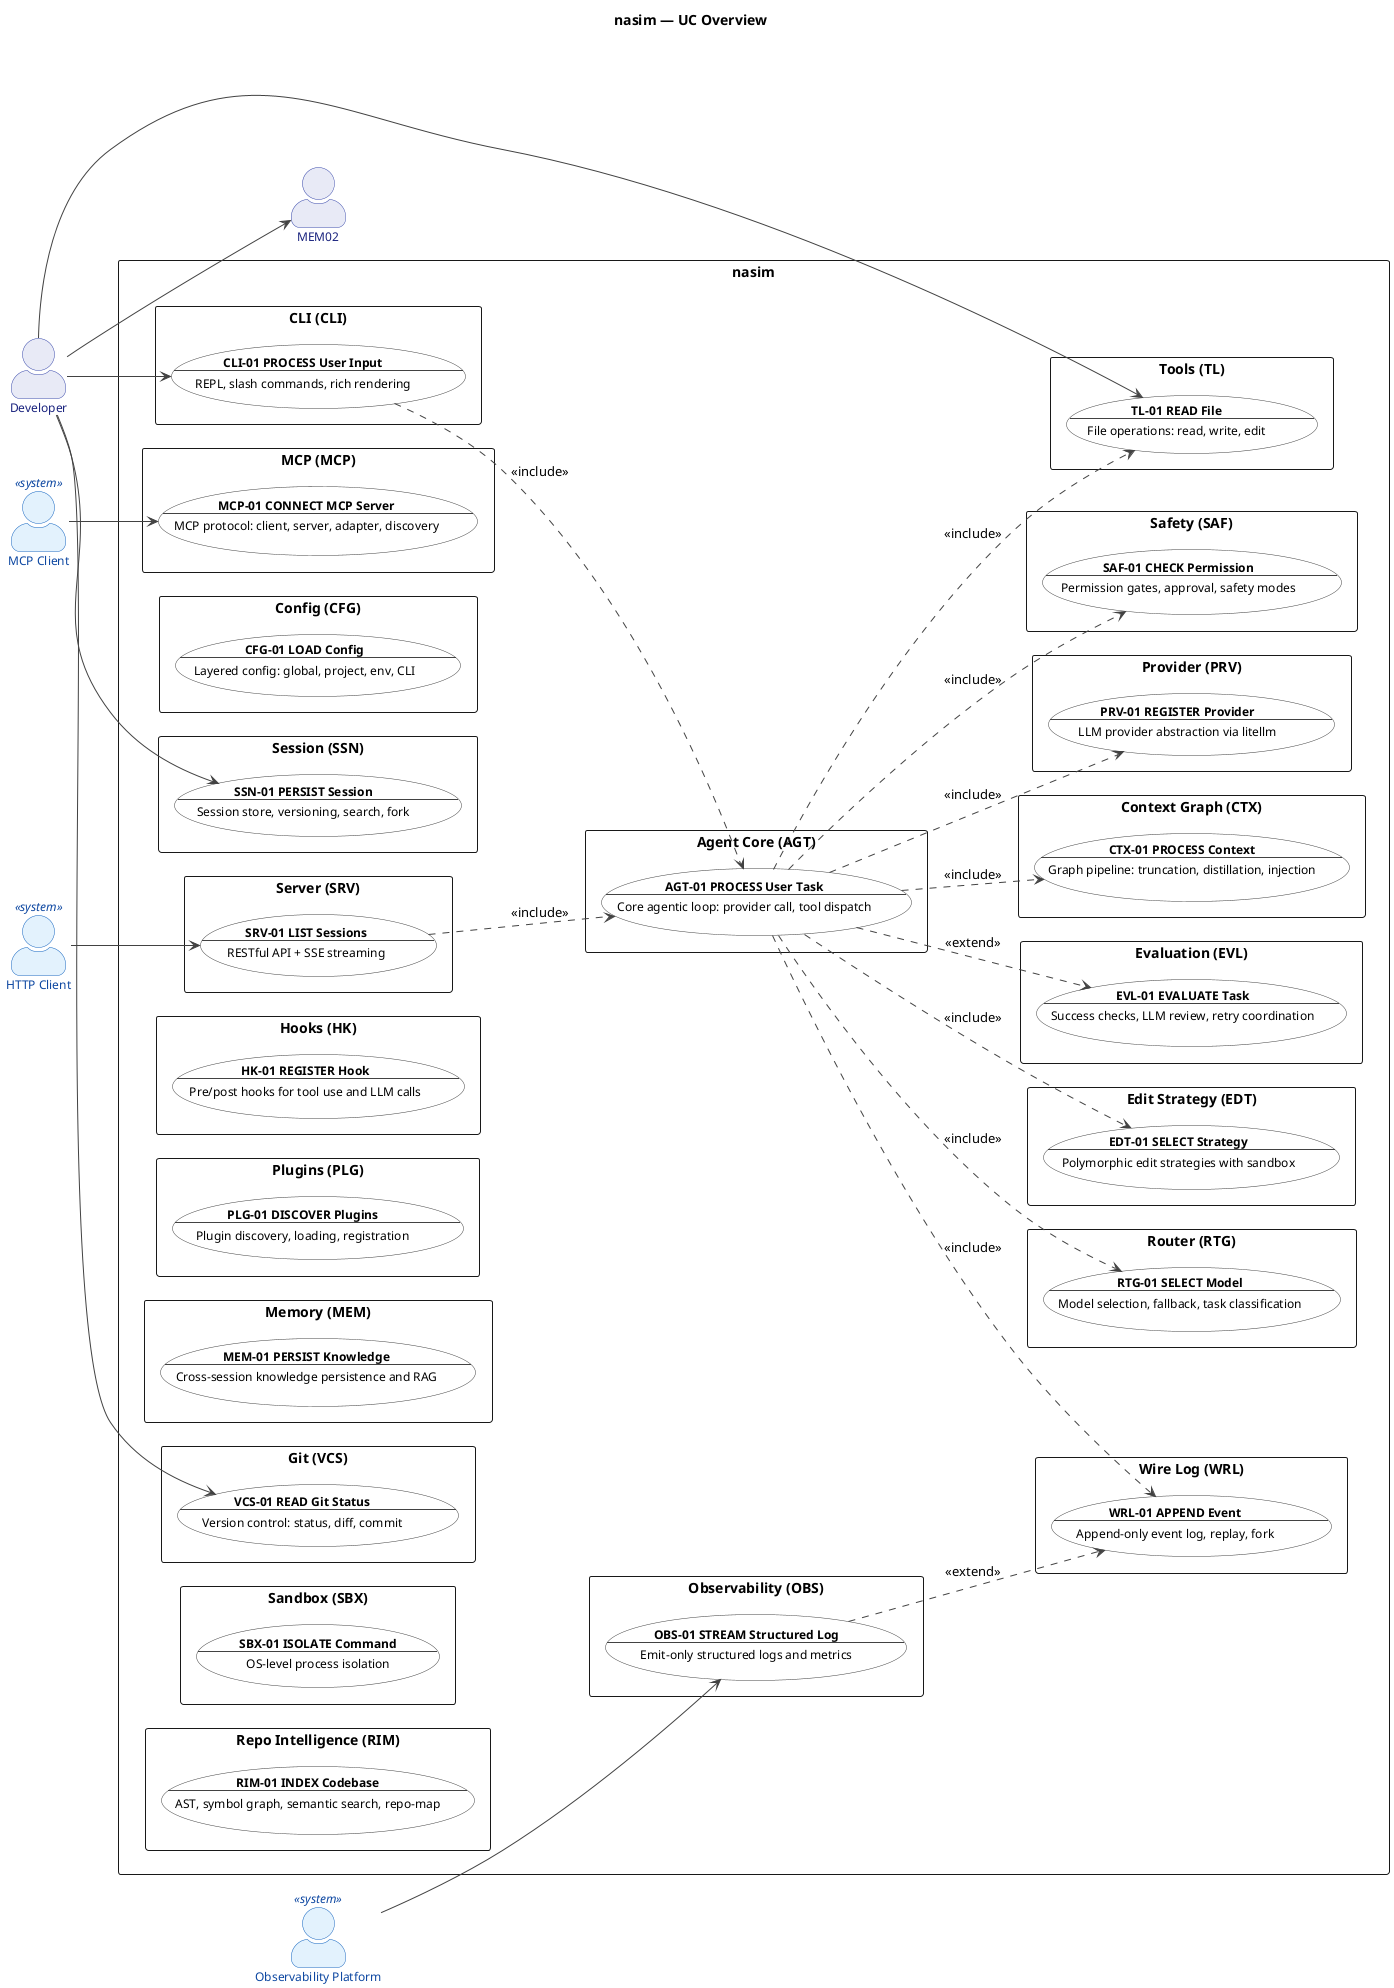
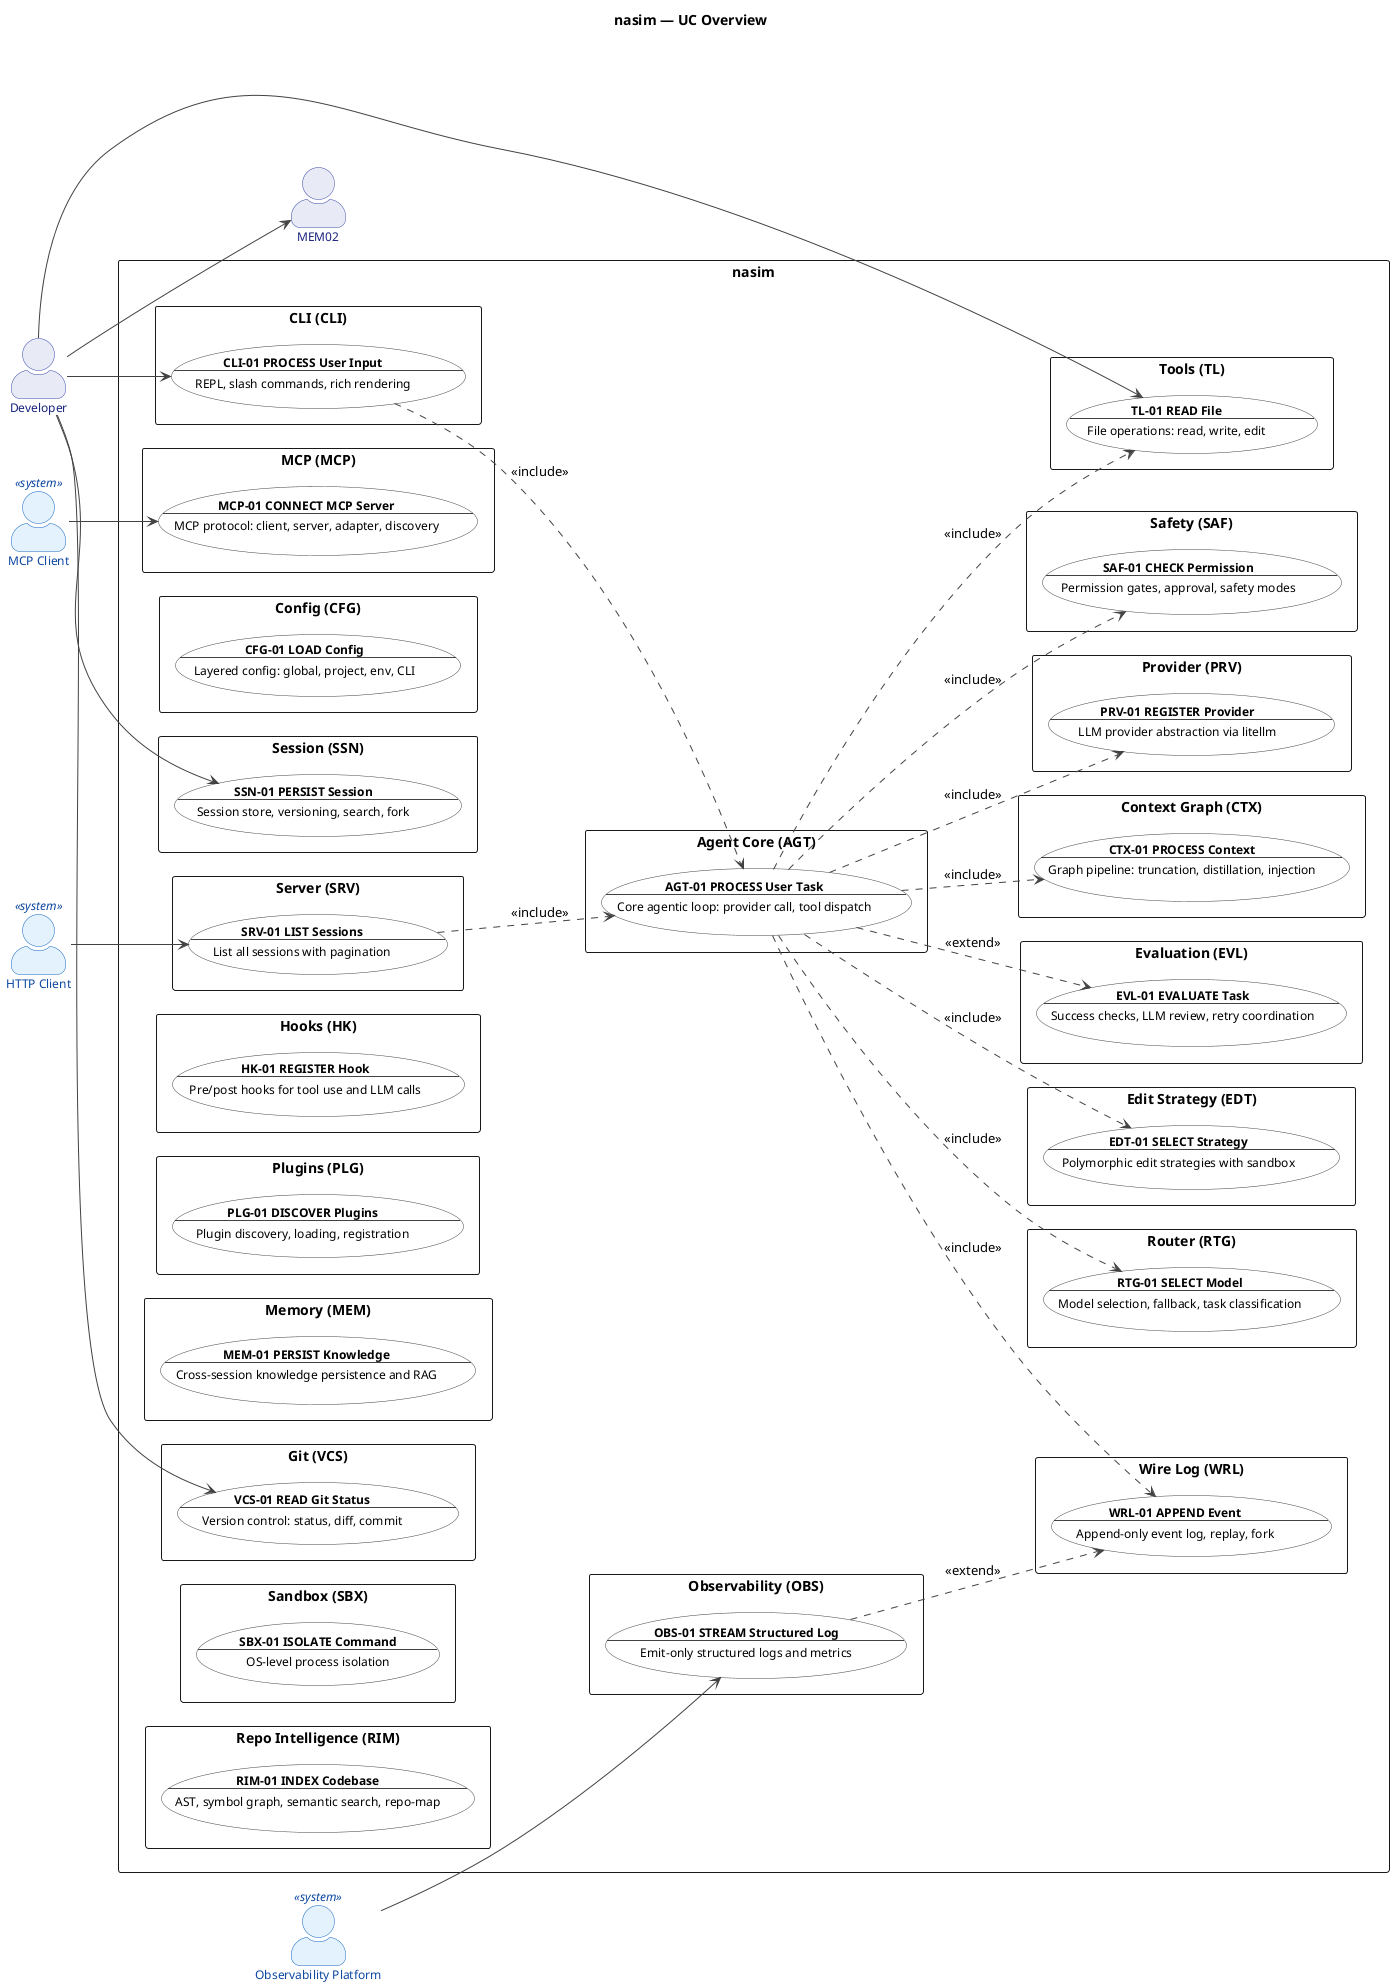
@startuml uc_overview

' ============================================================
' Title:     nasim — UC: Overview
' Group:     ALL (All Groups)
' Boundary:  nasim code agent
' Purpose:   Cross-cutting view of all UC groups and actor interactions
' Milestone: v1.0
' Version:   6.0.0
' Source:    docs/ENTITIES.md
' Review:    docs/audit/audit.2026.06.20.uc-layer.car.md
' ============================================================

left to right direction

title nasim — UC Overview

skinparam actorStyle awesome
skinparam packageStyle rectangle

skinparam usecase {
  BackgroundColor #FFFFFF
  BorderColor #424242
  FontColor #000000
  ArrowColor #424242
  FontSize 12
}

skinparam actor {
  BackgroundColor #E8EAF6
  BorderColor #3949AB
  FontColor #1A237E
  FontSize 12
}

skinparam actor<<system>> {
  BackgroundColor #E3F2FD
  BorderColor #1565C0
  FontColor #0D47A1
}

' ============================================================
' Actors
' ============================================================

actor "Developer" as Developer
actor "HTTP Client" as HTTPClient <<system>>
actor "MCP Client" as MCPClient <<system>>
actor "Observability Platform" as Platform <<system>>

' ============================================================
' System Boundary
' ============================================================

rectangle "nasim" {
  package "CLI (CLI)" {
    usecase "**CLI-01 PROCESS User Input**\n--\nREPL, slash commands, rich rendering" as CLI01
  }

  package "Agent Core (AGT)" {
    usecase "**AGT-01 PROCESS User Task**\n--\nCore agentic loop: provider call, tool dispatch" as AGT01
  }

  package "Provider (PRV)" {
    usecase "**PRV-01 REGISTER Provider**\n--\nLLM provider abstraction via litellm" as PRV01
  }

  package "Tools (TL)" {
    usecase "**TL-01 READ File**\n--\nFile operations: read, write, edit" as TL01
  }

  package "MCP (MCP)" {
    usecase "**MCP-01 CONNECT MCP Server**\n--\nMCP protocol: client, server, adapter, discovery" as MCP01
  }

  package "Config (CFG)" {
    usecase "**CFG-01 LOAD Config**\n--\nLayered config: global, project, env, CLI" as CFG01
  }

  package "Session (SSN)" {
    usecase "**SSN-01 PERSIST Session**\n--\nSession store, versioning, search, fork" as SSN01
  }

  package "Server (SRV)" {
-     usecase "**SRV-01 LIST Sessions**\n--\nRESTful API + SSE streaming" as SRV01
+     usecase "**SRV-01 LIST Sessions**\n--\nList all sessions with pagination" as SRV01
  }

  package "Hooks (HK)" {
    usecase "**HK-01 REGISTER Hook**\n--\nPre/post hooks for tool use and LLM calls" as HK01
  }

  package "Plugins (PLG)" {
    usecase "**PLG-01 DISCOVER Plugins**\n--\nPlugin discovery, loading, registration" as PLG01
  }

  package "Safety (SAF)" {
    usecase "**SAF-01 CHECK Permission**\n--\nPermission gates, approval, safety modes" as SAF01
  }

  package "Router (RTG)" {
    usecase "**RTG-01 SELECT Model**\n--\nModel selection, fallback, task classification" as RTG01
  }

  package "Observability (OBS)" {
    usecase "**OBS-01 STREAM Structured Log**\n--\nEmit-only structured logs and metrics" as OBS01
  }

  package "Memory (MEM)" {
    usecase "**MEM-01 PERSIST Knowledge**\n--\nCross-session knowledge persistence and RAG" as MEM01
  }

  package "Git (VCS)" {
    usecase "**VCS-01 READ Git Status**\n--\nVersion control: status, diff, commit" as VCS01
  }

  package "Sandbox (SBX)" {
    usecase "**SBX-01 ISOLATE Command**\n--\nOS-level process isolation" as SBX01
  }

  package "Repo Intelligence (RIM)" {
    usecase "**RIM-01 INDEX Codebase**\n--\nAST, symbol graph, semantic search, repo-map" as RIM01
  }

  package "Edit Strategy (EDT)" {
    usecase "**EDT-01 SELECT Strategy**\n--\nPolymorphic edit strategies with sandbox" as EDT01
  }

  package "Evaluation (EVL)" {
    usecase "**EVL-01 EVALUATE Task**\n--\nSuccess checks, LLM review, retry coordination" as EVL01
  }

  package "Wire Log (WRL)" {
    usecase "**WRL-01 APPEND Event**\n--\nAppend-only event log, replay, fork" as WRL01
  }

  package "Context Graph (CTX)" {
    usecase "**CTX-01 PROCESS Context**\n--\nGraph pipeline: truncation, distillation, injection" as CTX01
  }
}

' ============================================================
' Actor -> Use Case Associations
' ============================================================

Developer --> CLI01
Developer --> TL01
Developer --> SSN01
Developer --> VCS01
Developer --> MEM02
HTTPClient --> SRV01
MCPClient --> MCP01
Platform --> OBS01

' ============================================================
' Key Relationships
' ============================================================

CLI01 ..> AGT01 : <<include>>
AGT01 ..> PRV01 : <<include>>
AGT01 ..> TL01 : <<include>>
AGT01 ..> SAF01 : <<include>>
AGT01 ..> RTG01 : <<include>>
AGT01 ..> WRL01 : <<include>>
AGT01 ..> CTX01 : <<include>>
AGT01 ..> EDT01 : <<include>>
AGT01 ..> EVL01 : <<extend>>
SRV01 ..> AGT01 : <<include>>
OBS01 ..> WRL01 : <<extend>>

@enduml
